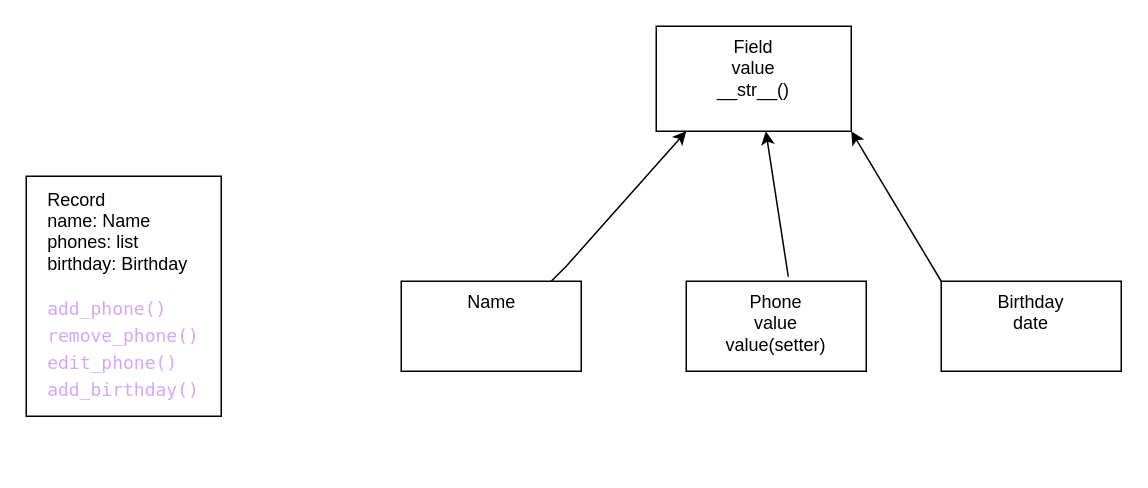
Earlier version of the draw.io diagram Диаграмма без названия.drawio (andriisemeniuta/goit-pyweb2.0-01). Source tidied: cells renumbered, new cells numbered last; positions are measured from the earlier drawing's top-left corner, leaving out a move shared by most shapes. Both pictures are drawn from the tidied source at 150%, with x=0, y=0 at pixel (26, 26).
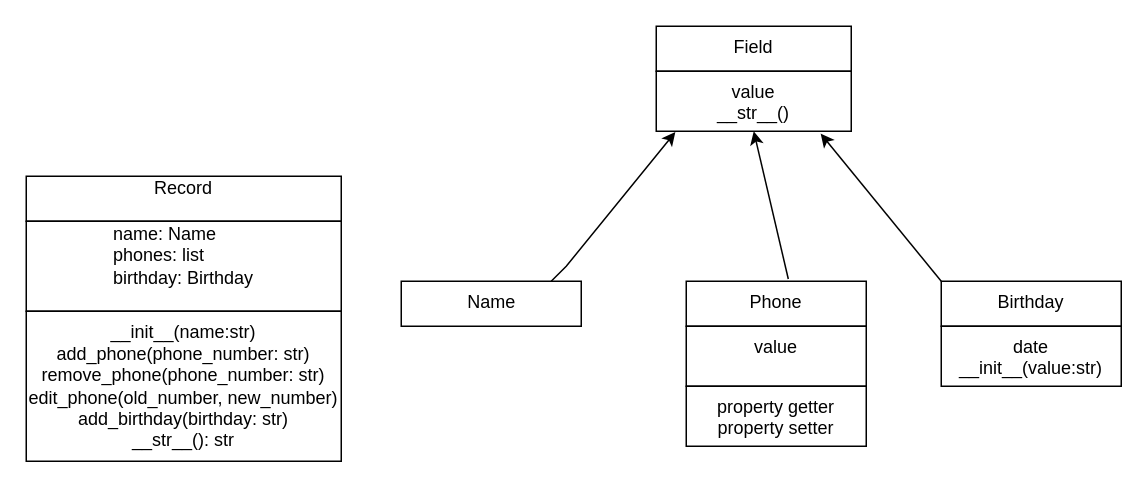
After the change.

What changed in the source:
```diff
@@
 <mxGraphModel>
   <root>
     <mxCell id="0" />
     <mxCell id="1" parent="0" />
-    <mxCell id="2" value="Field&lt;div&gt;value&lt;br&gt;&lt;/div&gt;&lt;div style=&quot;text-align: left;&quot;&gt;__str__()&lt;br&gt;&lt;/div&gt;" style="rounded=0;whiteSpace=wrap;html=1;fontStyle=0;verticalAlign=top;" parent="1" vertex="1">
-      <mxGeometry x="420" width="130" height="70" as="geometry" />
+    <mxCell id="2" value="Field&lt;div&gt;&lt;br&gt;&lt;/div&gt;" style="rounded=0;whiteSpace=wrap;html=1;fontStyle=0;verticalAlign=top;" parent="1" vertex="1">
+      <mxGeometry x="420" width="130" height="30" as="geometry" />
     </mxCell>
     <mxCell id="3" value="&lt;span style=&quot;caret-color: rgb(91, 182, 163);&quot;&gt;Name&lt;/span&gt;&lt;div&gt;&lt;span style=&quot;caret-color: rgb(91, 182, 163);&quot;&gt;&lt;br&gt;&lt;/span&gt;&lt;/div&gt;" style="html=1;verticalAlign=top;rounded=0;fontStyle=0;align=center;fontColor=default;labelBackgroundColor=none;" parent="1" vertex="1">
-      <mxGeometry x="250" y="170" width="120" height="60" as="geometry" />
+      <mxGeometry x="250" y="170" width="120" height="30" as="geometry" />
     </mxCell>
-    <mxCell id="4" value="Phone&lt;div&gt;value&lt;/div&gt;&lt;div&gt;value(setter)&lt;/div&gt;" style="whiteSpace=wrap;html=1;verticalAlign=top;rounded=0;fontStyle=0;" parent="1" vertex="1">
-      <mxGeometry x="440" y="170" width="120" height="60" as="geometry" />
+    <mxCell id="4" value="Phone&lt;div&gt;&lt;br&gt;&lt;/div&gt;" style="whiteSpace=wrap;html=1;verticalAlign=top;rounded=0;fontStyle=0;" parent="1" vertex="1">
+      <mxGeometry x="440" y="170" width="120" height="30" as="geometry" />
     </mxCell>
+    <mxCell id="10" style="edgeStyle=orthogonalEdgeStyle;curved=1;rounded=0;jettySize=auto;html=1;" parent="1" edge="1" source="5" target="12">
+      <mxGeometry relative="1" as="geometry" />
+    </mxCell>
-    <mxCell id="5" value="Birthday&lt;div&gt;date&lt;/div&gt;" style="whiteSpace=wrap;html=1;verticalAlign=top;rounded=0;fontStyle=0;" parent="1" vertex="1">
-      <mxGeometry x="610" y="170" width="120" height="60" as="geometry" />
+    <mxCell id="5" value="Birthday&lt;div&gt;&lt;br&gt;&lt;/div&gt;" style="whiteSpace=wrap;html=1;verticalAlign=top;rounded=0;fontStyle=0;" parent="1" vertex="1">
+      <mxGeometry x="610" y="170" width="120" height="30" as="geometry" />
     </mxCell>
-    <mxCell id="6" style="endArrow=classic;html=1;rounded=0;entryX=0;entryY=1;entryDx=0;entryDy=0;exitX=0.833;exitY=0;exitDx=0;exitDy=0;exitPerimeter=0;" parent="1" edge="1" source="3">
+    <mxCell id="6" style="endArrow=classic;html=1;rounded=0;exitX=0.833;exitY=0;exitDx=0;exitDy=0;exitPerimeter=0;entryX=0.098;entryY=1.013;entryDx=0;entryDy=0;entryPerimeter=0;" parent="1" edge="1" source="3" target="11">
       <mxGeometry relative="1" as="geometry">
-        <mxPoint x="440" y="70" as="targetPoint" />
         <Array as="points">
           <mxPoint x="360" y="160" />
         </Array>
       </mxGeometry>
     </mxCell>
-    <mxCell id="7" style="endArrow=classic;html=1;rounded=0;entryX=0.562;entryY=1;entryDx=0;entryDy=0;entryPerimeter=0;exitX=0.567;exitY=-0.05;exitDx=0;exitDy=0;exitPerimeter=0;" parent="1" edge="1" source="4" target="2">
+    <mxCell id="7" style="endArrow=classic;html=1;rounded=0;exitX=0.567;exitY=-0.05;exitDx=0;exitDy=0;exitPerimeter=0;entryX=0.5;entryY=1;entryDx=0;entryDy=0;" parent="1" edge="1" source="4" target="11">
       <mxGeometry relative="1" as="geometry" />
     </mxCell>
-    <mxCell id="8" style="endArrow=classic;html=1;rounded=0;entryX=1;entryY=1;entryDx=0;entryDy=0;exitX=0;exitY=0;exitDx=0;exitDy=0;" parent="1" edge="1" source="5" target="2">
+    <mxCell id="8" style="endArrow=classic;html=1;rounded=0;entryX=0.843;entryY=1.039;entryDx=0;entryDy=0;exitX=0;exitY=0;exitDx=0;exitDy=0;entryPerimeter=0;" parent="1" edge="1" source="5" target="11">
       <mxGeometry relative="1" as="geometry" />
     </mxCell>
-    <mxCell id="9" value="&lt;div style=&quot;text-align: left;&quot;&gt;Record&lt;br&gt;&lt;/div&gt;&lt;div style=&quot;text-align: left;&quot;&gt;name: Name&lt;/div&gt;&lt;div style=&quot;text-align: left;&quot;&gt;phones: list&lt;/div&gt;&lt;div style=&quot;text-align: left;&quot;&gt;birthday: Birthday&lt;/div&gt;&lt;div style=&quot;text-align: left;&quot;&gt;&lt;span style=&quot;background-color: light-dark(#ffffff, var(--ge-dark-color, #121212));&quot;&gt;&lt;br&gt;&lt;/span&gt;&lt;/div&gt;&lt;div style=&quot;text-align: left;&quot;&gt;&lt;div style=&quot;color: rgb(187, 190, 191); font-family: Menlo, Monaco, &amp;quot;Courier New&amp;quot;, monospace; line-height: 18px; white-space: pre;&quot;&gt;&lt;span style=&quot;color: rgb(210, 168, 255); background-color: light-dark(#ffffff, var(--ge-dark-color, #121212));&quot;&gt;add_phone()&lt;/span&gt;&lt;/div&gt;&lt;div style=&quot;color: rgb(187, 190, 191); font-family: Menlo, Monaco, &amp;quot;Courier New&amp;quot;, monospace; line-height: 18px; white-space: pre;&quot;&gt;&lt;div style=&quot;line-height: 18px;&quot;&gt;&lt;span style=&quot;color: rgb(210, 168, 255); background-color: light-dark(#ffffff, var(--ge-dark-color, #121212));&quot;&gt;remove_phone&lt;/span&gt;&lt;span style=&quot;background-color: light-dark(#ffffff, var(--ge-dark-color, #121212)); color: rgb(210, 168, 255);&quot;&gt;()&lt;/span&gt;&lt;/div&gt;&lt;div style=&quot;line-height: 18px;&quot;&gt;&lt;div style=&quot;line-height: 18px;&quot;&gt;&lt;span style=&quot;color: rgb(210, 168, 255);&quot;&gt;edit_phone()&lt;/span&gt;&lt;/div&gt;&lt;div style=&quot;line-height: 18px;&quot;&gt;&lt;div style=&quot;line-height: 18px;&quot;&gt;&lt;span style=&quot;color: rgb(210, 168, 255);&quot;&gt;add_birthday()&lt;/span&gt;&lt;/div&gt;&lt;/div&gt;&lt;/div&gt;&lt;/div&gt;&lt;/div&gt;" style="rounded=0;whiteSpace=wrap;html=1;" parent="1" vertex="1">
-      <mxGeometry y="100" width="130" height="160" as="geometry" />
+    <mxCell id="9" value="&lt;div style=&quot;text-align: left;&quot;&gt;Record&lt;br&gt;&lt;/div&gt;&lt;div style=&quot;text-align: left;&quot;&gt;&lt;br&gt;&lt;/div&gt;" style="rounded=0;whiteSpace=wrap;html=1;" parent="1" vertex="1">
+      <mxGeometry y="100" width="210" height="30" as="geometry" />
     </mxCell>
+    <mxCell id="11" value="&lt;div&gt;value&lt;br&gt;&lt;/div&gt;&lt;div style=&quot;text-align: left;&quot;&gt;__str__()&lt;/div&gt;" style="whiteSpace=wrap;html=1;verticalAlign=top;rounded=0;fontStyle=0;" parent="1" vertex="1">
+      <mxGeometry x="420" y="30" width="130" height="40" as="geometry" />
+    </mxCell>
+    <mxCell id="12" value="date&lt;div&gt;__init__(value:str)&lt;/div&gt;" style="whiteSpace=wrap;html=1;verticalAlign=top;rounded=0;fontStyle=0;" parent="1" vertex="1">
+      <mxGeometry x="610" y="200" width="120" height="40" as="geometry" />
+    </mxCell>
+    <mxCell id="13" style="edgeStyle=orthogonalEdgeStyle;curved=1;rounded=0;jettySize=auto;html=1;" parent="1" edge="1" source="14" target="15">
+      <mxGeometry relative="1" as="geometry" />
+    </mxCell>
+    <mxCell id="14" value="&lt;div&gt;value&lt;/div&gt;&lt;div&gt;&lt;br&gt;&lt;/div&gt;" style="whiteSpace=wrap;html=1;verticalAlign=top;rounded=0;fontStyle=0;" parent="1" vertex="1">
+      <mxGeometry x="440" y="200" width="120" height="40" as="geometry" />
+    </mxCell>
+    <mxCell id="15" value="property getter&lt;div&gt;property setter&lt;/div&gt;" style="whiteSpace=wrap;html=1;verticalAlign=top;rounded=0;fontStyle=0;" parent="1" vertex="1">
+      <mxGeometry x="440" y="240" width="120" height="40" as="geometry" />
+    </mxCell>
+    <mxCell id="16" value="&lt;div style=&quot;text-align: left;&quot;&gt;name: Name&lt;/div&gt;&lt;div style=&quot;text-align: left;&quot;&gt;phones: list&lt;/div&gt;&lt;div style=&quot;text-align: left;&quot;&gt;birthday: Birthday&lt;/div&gt;&lt;div&gt;&lt;br&gt;&lt;/div&gt;" style="whiteSpace=wrap;html=1;rounded=0;" parent="1" vertex="1">
+      <mxGeometry y="130" width="210" height="60" as="geometry" />
+    </mxCell>
+    <mxCell id="17" value="__init__(name:str)&lt;div&gt;add_phone(phone_number: str)&lt;/div&gt;&lt;div&gt;remove_phone(phone_number: str)&lt;/div&gt;&lt;div&gt;edit_phone(old_number, new_number)&lt;/div&gt;&lt;div&gt;add_birthday(birthday: str)&lt;/div&gt;&lt;div&gt;__str__(): str&lt;/div&gt;" style="whiteSpace=wrap;html=1;rounded=0;" parent="1" vertex="1">
+      <mxGeometry y="190" width="210" height="100" as="geometry" />
+    </mxCell>
   </root>
 </mxGraphModel>
```
